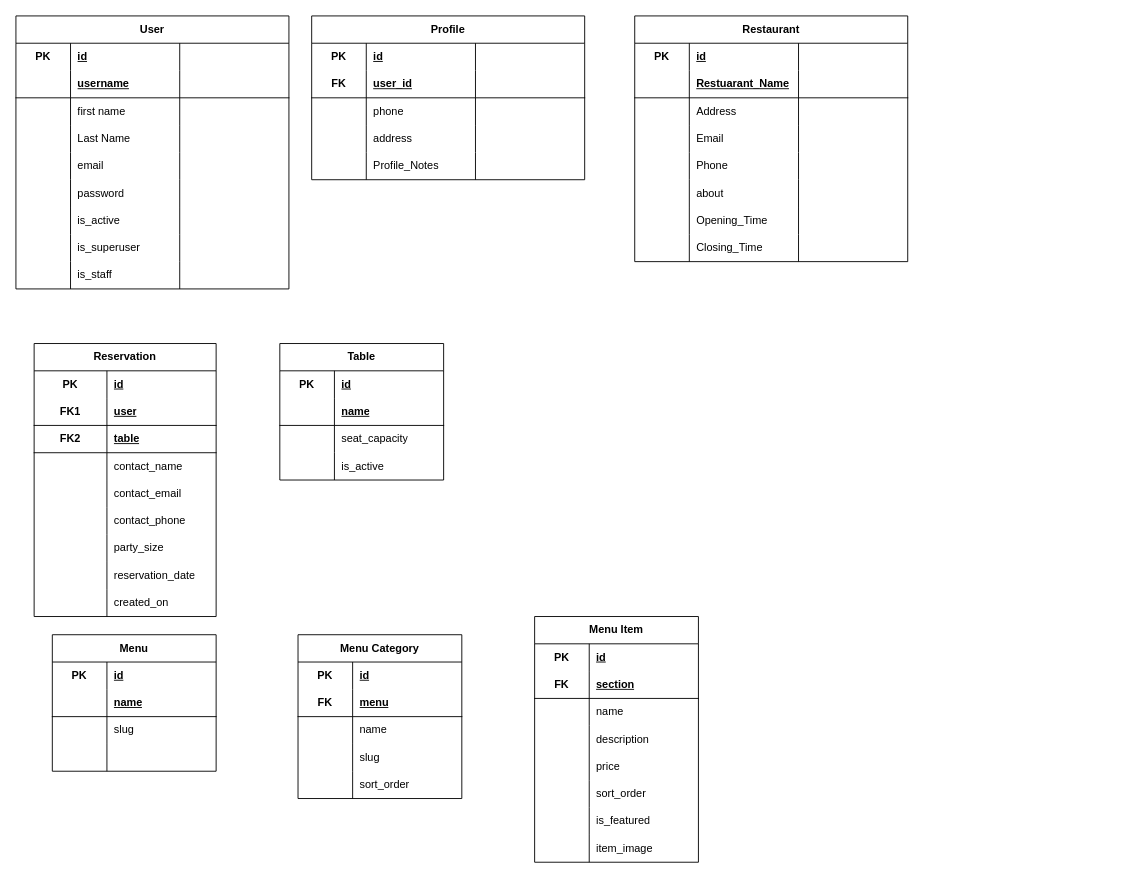
This is documentation/EntityModel.drawio from alancoomeynts-hub/casadonizetti, a draw.io file, before an edit. Source tidied: cells renumbered, new cells numbered last; positions are measured from the earlier drawing's top-left corner, leaving out a move shared by most shapes. Both pictures are drawn from the tidied source at 91%, with x=0, y=0 at pixel (15, 15).
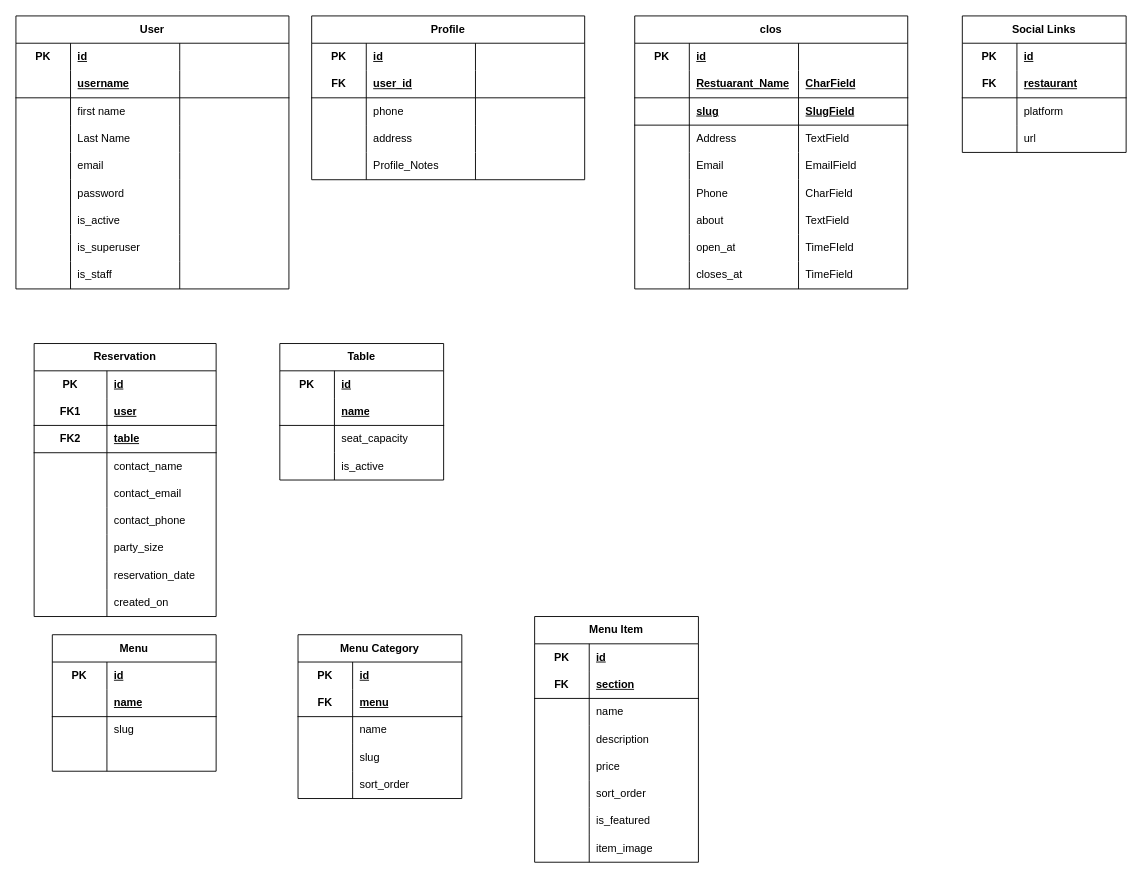
The same diagram, later.

Commit message (it also covers changes not shown here):
Connect Database

Unchanged cells that the change refers to:
```xml
<mxCell id="135" style="shape=tableRow;horizontal=0;startSize=0;swimlaneHead=0;swimlaneBody=0;fillColor=none;top=0;left=0;right=0;bottom=1;html=1;" parent="130" vertex="1">
  <mxGeometry y="60" width="300" height="30" as="geometry" />
</mxCell>
```

Diff of the diagram source:
```diff
@@
-    <mxCell id="130" value="Restaurant" style="shape=table;startSize=30;childLayout=tableLayout;rowLines=0;fontStyle=1;align=center;html=1;whiteSpace=wrap;" parent="1" vertex="1">
-      <mxGeometry x="680" width="300" height="270" as="geometry" />
+    <mxCell id="130" value="clos" style="shape=table;startSize=30;childLayout=tableLayout;rowLines=0;fontStyle=1;align=center;html=1;whiteSpace=wrap;" parent="1" vertex="1">
+      <mxGeometry x="680" width="300" height="300" as="geometry" />
     </mxCell>
@@
-    <mxCell id="138" style="shape=partialRectangle;fillColor=none;top=0;left=0;bottom=0;right=0;align=left;spacingLeft=6;fontStyle=5;overflow=hidden;html=1;whiteSpace=wrap;" parent="135" vertex="1">
+    <mxCell id="138" value="CharField" style="shape=partialRectangle;fillColor=none;top=0;left=0;bottom=0;right=0;align=left;spacingLeft=6;fontStyle=5;overflow=hidden;html=1;whiteSpace=wrap;" parent="135" vertex="1">
       <mxGeometry x="180" width="120" height="30" as="geometry" />
     </mxCell>
+    <mxCell id="188" style="shape=tableRow;horizontal=0;startSize=0;swimlaneHead=0;swimlaneBody=0;fillColor=none;top=0;left=0;right=0;bottom=1;html=1;" parent="130" vertex="1">
+      <mxGeometry y="90" width="300" height="30" as="geometry" />
+    </mxCell>
+    <mxCell id="189" style="shape=partialRectangle;fillColor=none;top=0;left=0;bottom=0;right=0;fontStyle=1;overflow=hidden;html=1;whiteSpace=wrap;" parent="188" vertex="1">
+      <mxGeometry width="60" height="30" as="geometry" />
+    </mxCell>
+    <mxCell id="190" value="slug" style="shape=partialRectangle;fillColor=none;top=0;left=0;bottom=0;right=0;align=left;spacingLeft=6;fontStyle=5;overflow=hidden;html=1;whiteSpace=wrap;" parent="188" vertex="1">
+      <mxGeometry x="60" width="120" height="30" as="geometry" />
+    </mxCell>
+    <mxCell id="191" value="SlugField" style="shape=partialRectangle;fillColor=none;top=0;left=0;bottom=0;right=0;align=left;spacingLeft=6;fontStyle=5;overflow=hidden;html=1;whiteSpace=wrap;" parent="188" vertex="1">
+      <mxGeometry x="180" width="120" height="30" as="geometry" />
+    </mxCell>
     <mxCell id="139" style="shape=tableRow;horizontal=0;startSize=0;swimlaneHead=0;swimlaneBody=0;fillColor=none;top=0;left=0;right=0;bottom=0;html=1;" parent="130" vertex="1">
-      <mxGeometry y="90" width="300" height="30" as="geometry" />
+      <mxGeometry y="120" width="300" height="30" as="geometry" />
     </mxCell>
@@
-    <mxCell id="142" style="shape=partialRectangle;fillColor=none;top=0;left=0;bottom=0;right=0;align=left;spacingLeft=6;overflow=hidden;html=1;whiteSpace=wrap;" parent="139" vertex="1">
+    <mxCell id="142" value="TextField" style="shape=partialRectangle;fillColor=none;top=0;left=0;bottom=0;right=0;align=left;spacingLeft=6;overflow=hidden;html=1;whiteSpace=wrap;" parent="139" vertex="1">
       <mxGeometry x="180" width="120" height="30" as="geometry" />
     </mxCell>
     <mxCell id="143" style="shape=tableRow;horizontal=0;startSize=0;swimlaneHead=0;swimlaneBody=0;fillColor=none;top=0;left=0;right=0;bottom=0;html=1;" parent="130" vertex="1">
-      <mxGeometry y="120" width="300" height="30" as="geometry" />
+      <mxGeometry y="150" width="300" height="30" as="geometry" />
     </mxCell>
@@
-    <mxCell id="146" style="shape=partialRectangle;fillColor=none;top=0;left=0;bottom=0;right=0;align=left;spacingLeft=6;overflow=hidden;html=1;whiteSpace=wrap;" parent="143" vertex="1">
+    <mxCell id="146" value="EmailField" style="shape=partialRectangle;fillColor=none;top=0;left=0;bottom=0;right=0;align=left;spacingLeft=6;overflow=hidden;html=1;whiteSpace=wrap;" parent="143" vertex="1">
       <mxGeometry x="180" width="120" height="30" as="geometry" />
     </mxCell>
     <mxCell id="147" style="shape=tableRow;horizontal=0;startSize=0;swimlaneHead=0;swimlaneBody=0;fillColor=none;top=0;left=0;right=0;bottom=0;html=1;" parent="130" vertex="1">
-      <mxGeometry y="150" width="300" height="30" as="geometry" />
+      <mxGeometry y="180" width="300" height="30" as="geometry" />
     </mxCell>
@@
-    <mxCell id="150" style="shape=partialRectangle;fillColor=none;top=0;left=0;bottom=0;right=0;align=left;spacingLeft=6;overflow=hidden;html=1;whiteSpace=wrap;" parent="147" vertex="1">
+    <mxCell id="150" value="CharField" style="shape=partialRectangle;fillColor=none;top=0;left=0;bottom=0;right=0;align=left;spacingLeft=6;overflow=hidden;html=1;whiteSpace=wrap;" parent="147" vertex="1">
       <mxGeometry x="180" width="120" height="30" as="geometry" />
     </mxCell>
     <mxCell id="151" style="shape=tableRow;horizontal=0;startSize=0;swimlaneHead=0;swimlaneBody=0;fillColor=none;top=0;left=0;right=0;bottom=0;html=1;" parent="130" vertex="1">
-      <mxGeometry y="180" width="300" height="30" as="geometry" />
+      <mxGeometry y="210" width="300" height="30" as="geometry" />
     </mxCell>
@@
-    <mxCell id="154" style="shape=partialRectangle;fillColor=none;top=0;left=0;bottom=0;right=0;align=left;spacingLeft=6;overflow=hidden;html=1;whiteSpace=wrap;" parent="151" vertex="1">
+    <mxCell id="154" value="TextField" style="shape=partialRectangle;fillColor=none;top=0;left=0;bottom=0;right=0;align=left;spacingLeft=6;overflow=hidden;html=1;whiteSpace=wrap;" parent="151" vertex="1">
       <mxGeometry x="180" width="120" height="30" as="geometry" />
     </mxCell>
     <mxCell id="155" style="shape=tableRow;horizontal=0;startSize=0;swimlaneHead=0;swimlaneBody=0;fillColor=none;top=0;left=0;right=0;bottom=0;html=1;" parent="130" vertex="1">
-      <mxGeometry y="210" width="300" height="30" as="geometry" />
+      <mxGeometry y="240" width="300" height="30" as="geometry" />
     </mxCell>
@@
-    <mxCell id="157" value="Opening_Time" style="shape=partialRectangle;fillColor=none;top=0;left=0;bottom=0;right=0;align=left;spacingLeft=6;overflow=hidden;html=1;whiteSpace=wrap;" parent="155" vertex="1">
+    <mxCell id="157" value="open_at" style="shape=partialRectangle;fillColor=none;top=0;left=0;bottom=0;right=0;align=left;spacingLeft=6;overflow=hidden;html=1;whiteSpace=wrap;" parent="155" vertex="1">
       <mxGeometry x="60" width="120" height="30" as="geometry" />
     </mxCell>
-    <mxCell id="158" style="shape=partialRectangle;fillColor=none;top=0;left=0;bottom=0;right=0;align=left;spacingLeft=6;overflow=hidden;html=1;whiteSpace=wrap;" parent="155" vertex="1">
+    <mxCell id="158" value="TimeFIeld" style="shape=partialRectangle;fillColor=none;top=0;left=0;bottom=0;right=0;align=left;spacingLeft=6;overflow=hidden;html=1;whiteSpace=wrap;" parent="155" vertex="1">
       <mxGeometry x="180" width="120" height="30" as="geometry" />
     </mxCell>
     <mxCell id="159" style="shape=tableRow;horizontal=0;startSize=0;swimlaneHead=0;swimlaneBody=0;fillColor=none;top=0;left=0;right=0;bottom=0;html=1;" parent="130" vertex="1">
-      <mxGeometry y="240" width="300" height="30" as="geometry" />
+      <mxGeometry y="270" width="300" height="30" as="geometry" />
     </mxCell>
@@
-    <mxCell id="161" value="Closing_Time" style="shape=partialRectangle;fillColor=none;top=0;left=0;bottom=0;right=0;align=left;spacingLeft=6;overflow=hidden;html=1;whiteSpace=wrap;" parent="159" vertex="1">
+    <mxCell id="161" value="closes_at" style="shape=partialRectangle;fillColor=none;top=0;left=0;bottom=0;right=0;align=left;spacingLeft=6;overflow=hidden;html=1;whiteSpace=wrap;" parent="159" vertex="1">
       <mxGeometry x="60" width="120" height="30" as="geometry" />
     </mxCell>
-    <mxCell id="162" style="shape=partialRectangle;fillColor=none;top=0;left=0;bottom=0;right=0;align=left;spacingLeft=6;overflow=hidden;html=1;whiteSpace=wrap;" parent="159" vertex="1">
+    <mxCell id="162" value="TimeField" style="shape=partialRectangle;fillColor=none;top=0;left=0;bottom=0;right=0;align=left;spacingLeft=6;overflow=hidden;html=1;whiteSpace=wrap;" parent="159" vertex="1">
       <mxGeometry x="180" width="120" height="30" as="geometry" />
     </mxCell>
@@
+    <mxCell id="192" value="Social Links" style="shape=table;startSize=30;childLayout=tableLayout;rowLines=0;fontStyle=1;align=center;html=1;whiteSpace=wrap;" parent="1" vertex="1">
+      <mxGeometry x="1040" width="180" height="150" as="geometry" />
+    </mxCell>
+    <mxCell id="193" style="shape=tableRow;horizontal=0;startSize=0;swimlaneHead=0;swimlaneBody=0;fillColor=none;top=0;left=0;right=0;bottom=0;html=1;" parent="192" vertex="1">
+      <mxGeometry y="30" width="180" height="30" as="geometry" />
+    </mxCell>
+    <mxCell id="194" value="PK" style="shape=partialRectangle;fillColor=none;top=0;left=0;bottom=0;right=0;fontStyle=1;overflow=hidden;html=1;whiteSpace=wrap;" parent="193" vertex="1">
+      <mxGeometry width="60" height="30" as="geometry" />
+    </mxCell>
+    <mxCell id="195" value="id" style="shape=partialRectangle;fillColor=none;top=0;left=0;bottom=0;right=0;align=left;spacingLeft=6;fontStyle=5;overflow=hidden;html=1;whiteSpace=wrap;" parent="193" vertex="1">
+      <mxGeometry x="60" width="120" height="30" as="geometry" />
+    </mxCell>
+    <mxCell id="196" style="shape=tableRow;horizontal=0;startSize=0;swimlaneHead=0;swimlaneBody=0;fillColor=none;top=0;left=0;right=0;bottom=1;html=1;" parent="192" vertex="1">
+      <mxGeometry y="60" width="180" height="30" as="geometry" />
+    </mxCell>
+    <mxCell id="197" value="FK" style="shape=partialRectangle;fillColor=none;top=0;left=0;bottom=0;right=0;fontStyle=1;overflow=hidden;html=1;whiteSpace=wrap;" parent="196" vertex="1">
+      <mxGeometry width="60" height="30" as="geometry" />
+    </mxCell>
+    <mxCell id="198" value="restaurant" style="shape=partialRectangle;fillColor=none;top=0;left=0;bottom=0;right=0;align=left;spacingLeft=6;fontStyle=5;overflow=hidden;html=1;whiteSpace=wrap;" parent="196" vertex="1">
+      <mxGeometry x="60" width="120" height="30" as="geometry" />
+    </mxCell>
+    <mxCell id="199" style="shape=tableRow;horizontal=0;startSize=0;swimlaneHead=0;swimlaneBody=0;fillColor=none;top=0;left=0;right=0;bottom=0;html=1;" parent="192" vertex="1">
+      <mxGeometry y="90" width="180" height="30" as="geometry" />
+    </mxCell>
+    <mxCell id="200" style="shape=partialRectangle;fillColor=none;top=0;left=0;bottom=0;right=0;overflow=hidden;html=1;whiteSpace=wrap;" parent="199" vertex="1">
+      <mxGeometry width="60" height="30" as="geometry" />
+    </mxCell>
+    <mxCell id="201" value="platform" style="shape=partialRectangle;fillColor=none;top=0;left=0;bottom=0;right=0;align=left;spacingLeft=6;overflow=hidden;html=1;whiteSpace=wrap;" parent="199" vertex="1">
+      <mxGeometry x="60" width="120" height="30" as="geometry" />
+    </mxCell>
+    <mxCell id="202" style="shape=tableRow;horizontal=0;startSize=0;swimlaneHead=0;swimlaneBody=0;fillColor=none;top=0;left=0;right=0;bottom=0;html=1;" parent="192" vertex="1">
+      <mxGeometry y="120" width="180" height="30" as="geometry" />
+    </mxCell>
+    <mxCell id="203" style="shape=partialRectangle;fillColor=none;top=0;left=0;bottom=0;right=0;overflow=hidden;html=1;whiteSpace=wrap;" parent="202" vertex="1">
+      <mxGeometry width="60" height="30" as="geometry" />
+    </mxCell>
+    <mxCell id="204" value="url" style="shape=partialRectangle;fillColor=none;top=0;left=0;bottom=0;right=0;align=left;spacingLeft=6;overflow=hidden;html=1;whiteSpace=wrap;" parent="202" vertex="1">
+      <mxGeometry x="60" width="120" height="30" as="geometry" />
+    </mxCell>
```
